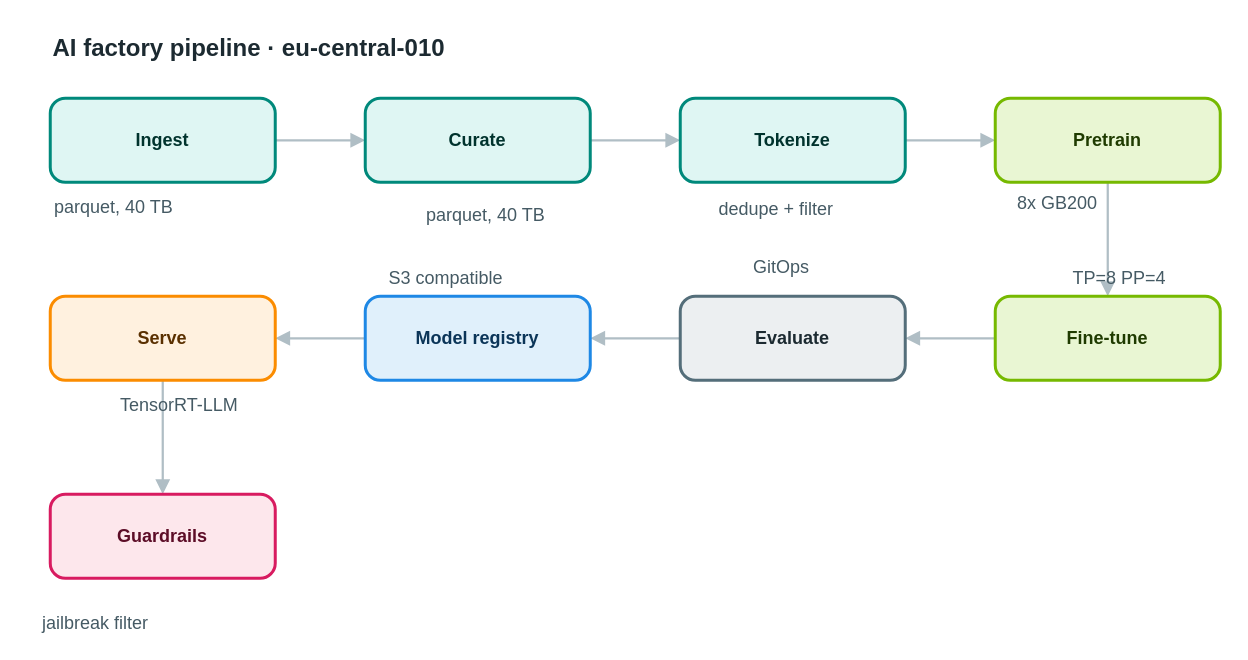
Above: apps/web/public/samples/library/010-ai-factory-pipeline.drawio in AryanG01/open-apprentice (draw.io), before the change. Source tidied: cells renumbered, new cells numbered last; positions are measured from the earlier drawing's top-left corner, leaving out a move shared by most shapes. Both pictures are drawn from the tidied source at 150%, with x=0, y=0 at pixel (42, 26).
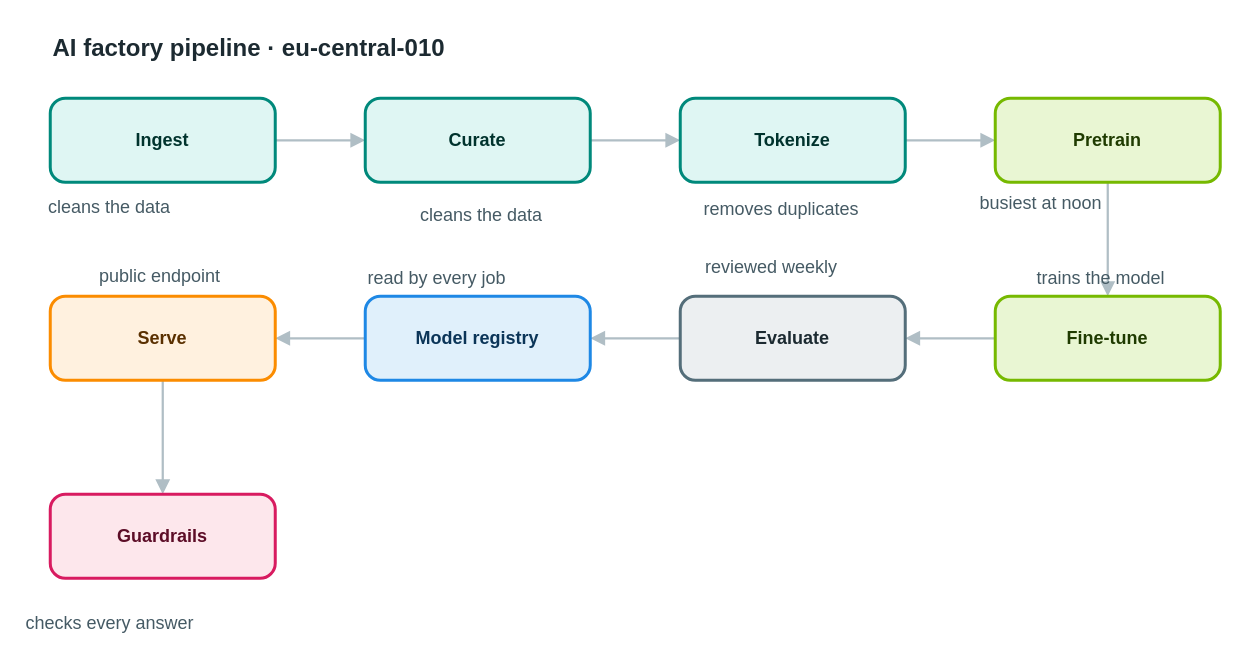
Above is the later version.

Diff of the diagram source:
```diff
@@
-    <mxCell id="20" value="parquet, 40 TB" style="text;html=1;align=left;verticalAlign=top;whiteSpace=nowrap;spacing=0;spacingTop=0;strokeColor=none;fillColor=none;fontSize=12;fontColor=#455a64;" parent="1" vertex="1">
-      <mxGeometry x="8" y="109" width="110" height="20" as="geometry" />
+    <mxCell id="20" value="cleans the data" style="text;html=1;align=left;verticalAlign=top;whiteSpace=nowrap;spacing=0;spacingTop=0;strokeColor=none;fillColor=none;fontSize=12;fontColor=#455a64;" parent="1" vertex="1">
+      <mxGeometry x="4" y="109" width="117" height="20" as="geometry" />
     </mxCell>
-    <mxCell id="21" value="parquet, 40 TB" style="text;html=1;align=left;verticalAlign=top;whiteSpace=nowrap;spacing=0;spacingTop=0;strokeColor=none;fillColor=none;fontSize=12;fontColor=#455a64;" parent="1" vertex="1">
-      <mxGeometry x="256" y="114" width="110" height="20" as="geometry" />
+    <mxCell id="21" value="cleans the data" style="text;html=1;align=left;verticalAlign=top;whiteSpace=nowrap;spacing=0;spacingTop=0;strokeColor=none;fillColor=none;fontSize=12;fontColor=#455a64;" parent="1" vertex="1">
+      <mxGeometry x="252" y="114" width="117" height="20" as="geometry" />
     </mxCell>
-    <mxCell id="22" value="dedupe + filter" style="text;html=1;align=left;verticalAlign=top;whiteSpace=nowrap;spacing=0;spacingTop=0;strokeColor=none;fillColor=none;fontSize=12;fontColor=#455a64;" parent="1" vertex="1">
-      <mxGeometry x="451" y="110" width="117" height="20" as="geometry" />
+    <mxCell id="22" value="removes duplicates" style="text;html=1;align=left;verticalAlign=top;whiteSpace=nowrap;spacing=0;spacingTop=0;strokeColor=none;fillColor=none;fontSize=12;fontColor=#455a64;" parent="1" vertex="1">
+      <mxGeometry x="441" y="110" width="138" height="20" as="geometry" />
     </mxCell>
-    <mxCell id="23" value="8x GB200" style="text;html=1;align=left;verticalAlign=top;whiteSpace=nowrap;spacing=0;spacingTop=0;strokeColor=none;fillColor=none;fontSize=12;fontColor=#455a64;" parent="1" vertex="1">
-      <mxGeometry x="650" y="106" width="68" height="20" as="geometry" />
+    <mxCell id="23" value="busiest at noon" style="text;html=1;align=left;verticalAlign=top;whiteSpace=nowrap;spacing=0;spacingTop=0;strokeColor=none;fillColor=none;fontSize=12;fontColor=#455a64;" parent="1" vertex="1">
+      <mxGeometry x="625" y="106" width="117" height="20" as="geometry" />
     </mxCell>
-    <mxCell id="24" value="TP=8 PP=4" style="text;html=1;align=left;verticalAlign=top;whiteSpace=nowrap;spacing=0;spacingTop=0;strokeColor=none;fillColor=none;fontSize=12;fontColor=#455a64;" parent="1" vertex="1">
-      <mxGeometry x="687" y="156" width="75" height="20" as="geometry" />
+    <mxCell id="24" value="trains the model" style="text;html=1;align=left;verticalAlign=top;whiteSpace=nowrap;spacing=0;spacingTop=0;strokeColor=none;fillColor=none;fontSize=12;fontColor=#455a64;" parent="1" vertex="1">
+      <mxGeometry x="663" y="156" width="124" height="20" as="geometry" />
     </mxCell>
-    <mxCell id="25" value="GitOps" style="text;html=1;align=left;verticalAlign=top;whiteSpace=nowrap;spacing=0;spacingTop=0;strokeColor=none;fillColor=none;fontSize=12;fontColor=#455a64;" parent="1" vertex="1">
-      <mxGeometry x="474" y="149" width="54" height="20" as="geometry" />
+    <mxCell id="25" value="reviewed weekly" style="text;html=1;align=left;verticalAlign=top;whiteSpace=nowrap;spacing=0;spacingTop=0;strokeColor=none;fillColor=none;fontSize=12;fontColor=#455a64;" parent="1" vertex="1">
+      <mxGeometry x="442" y="149" width="117" height="20" as="geometry" />
     </mxCell>
-    <mxCell id="26" value="S3 compatible" style="text;html=1;align=left;verticalAlign=top;whiteSpace=nowrap;spacing=0;spacingTop=0;strokeColor=none;fillColor=none;fontSize=12;fontColor=#455a64;" parent="1" vertex="1">
-      <mxGeometry x="231" y="156" width="103" height="20" as="geometry" />
+    <mxCell id="26" value="read by every job" style="text;html=1;align=left;verticalAlign=top;whiteSpace=nowrap;spacing=0;spacingTop=0;strokeColor=none;fillColor=none;fontSize=12;fontColor=#455a64;" parent="1" vertex="1">
+      <mxGeometry x="217" y="156" width="131" height="20" as="geometry" />
     </mxCell>
-    <mxCell id="27" value="TensorRT-LLM" style="text;html=1;align=left;verticalAlign=top;whiteSpace=nowrap;spacing=0;spacingTop=0;strokeColor=none;fillColor=none;fontSize=12;fontColor=#455a64;" parent="1" vertex="1">
-      <mxGeometry x="52" y="241" width="96" height="20" as="geometry" />
+    <mxCell id="27" value="public endpoint" style="text;html=1;align=left;verticalAlign=top;whiteSpace=nowrap;spacing=0;spacingTop=0;strokeColor=none;fillColor=none;fontSize=12;fontColor=#455a64;" parent="1" vertex="1">
+      <mxGeometry x="38" y="155" width="117" height="20" as="geometry" />
     </mxCell>
-    <mxCell id="28" value="jailbreak filter" style="text;html=1;align=left;verticalAlign=top;whiteSpace=nowrap;spacing=0;spacingTop=0;strokeColor=none;fillColor=none;fontSize=12;fontColor=#455a64;" parent="1" vertex="1">
-      <mxGeometry y="386" width="124" height="20" as="geometry" />
+    <mxCell id="28" value="checks every answer" style="text;html=1;align=left;verticalAlign=top;whiteSpace=nowrap;spacing=0;spacingTop=0;strokeColor=none;fillColor=none;fontSize=12;fontColor=#455a64;" parent="1" vertex="1">
+      <mxGeometry x="-11" y="386" width="145" height="20" as="geometry" />
     </mxCell>
```
